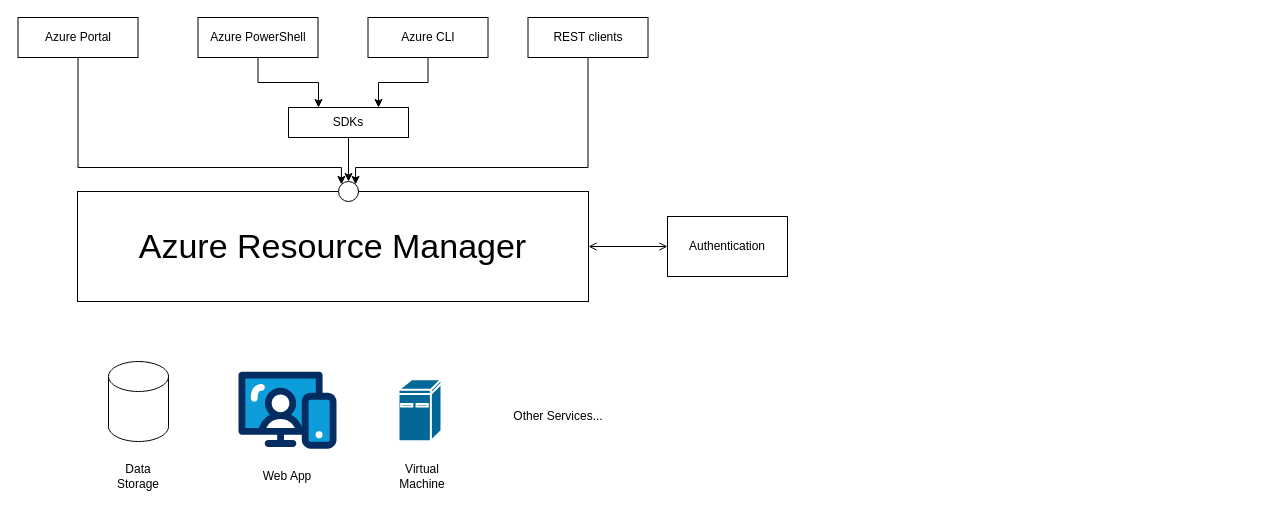
Before: courses/understanding_microsoft_azure/02_azure_core_components/diagrams/AzureResourceManager.drawio in franciscosanchezoliver/azure_learning, a draw.io diagram. Source tidied: cells renumbered, new cells numbered last; positions are measured from the earlier drawing's top-left corner, leaving out a move shared by most shapes. Both pictures are drawn from the tidied source at 100%, with x=0, y=0 at pixel (18, 17).
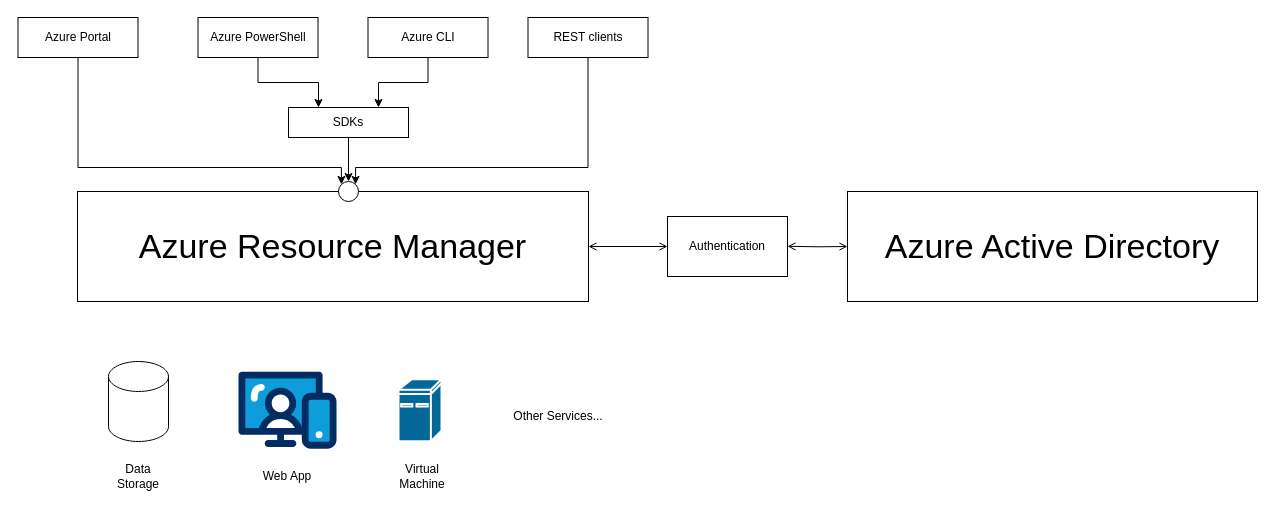
After the change.

Commit message (it also covers changes not shown here):
Add Azure Active Directory to the components

What changed in the source:
```diff
@@
+    <mxCell id="23" value="Azure Active Directory" style="rounded=0;whiteSpace=wrap;html=1;fontSize=34;" parent="1" vertex="1">
+      <mxGeometry x="829" y="174" width="410" height="110" as="geometry" />
+    </mxCell>
+    <mxCell id="24" style="edgeStyle=orthogonalEdgeStyle;rounded=0;jettySize=auto;html=1;startArrow=open;startFill=0;endArrow=open;endFill=0;entryX=0;entryY=0.5;entryDx=0;entryDy=0;" parent="1" edge="1" target="23">
+      <mxGeometry relative="1" as="geometry">
+        <mxPoint x="769" y="228.8" as="sourcePoint" />
+      </mxGeometry>
+    </mxCell>
```
